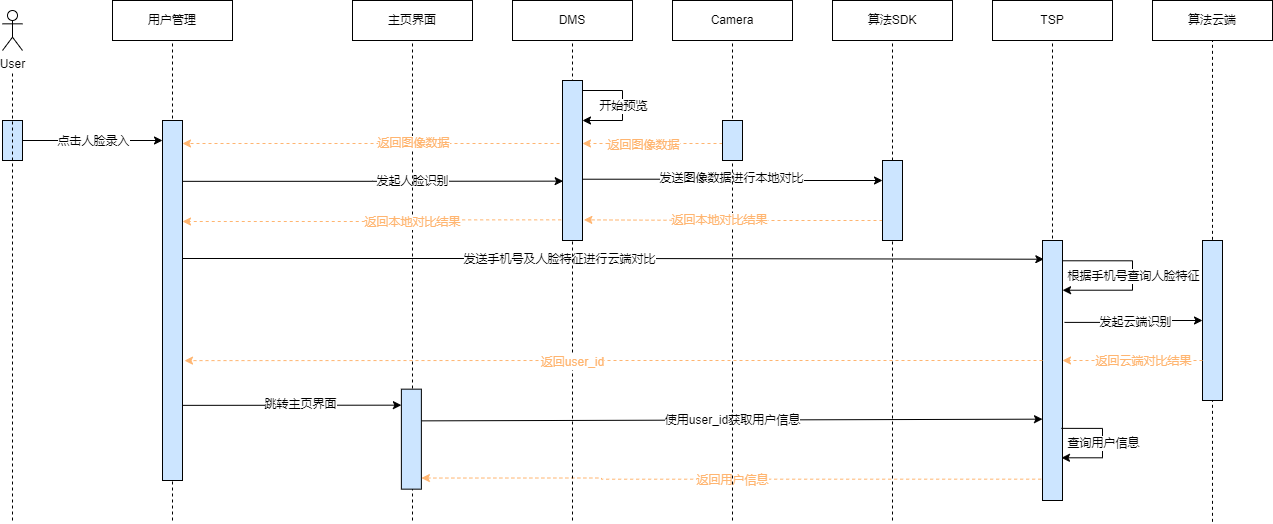
Earlier version of the draw.io export x9hp/人脸录入时序图.png (notigit/Image). Source tidied: cells renumbered, new cells last; positions are measured from the earlier drawing's top-left corner, leaving out a move shared by most shapes.
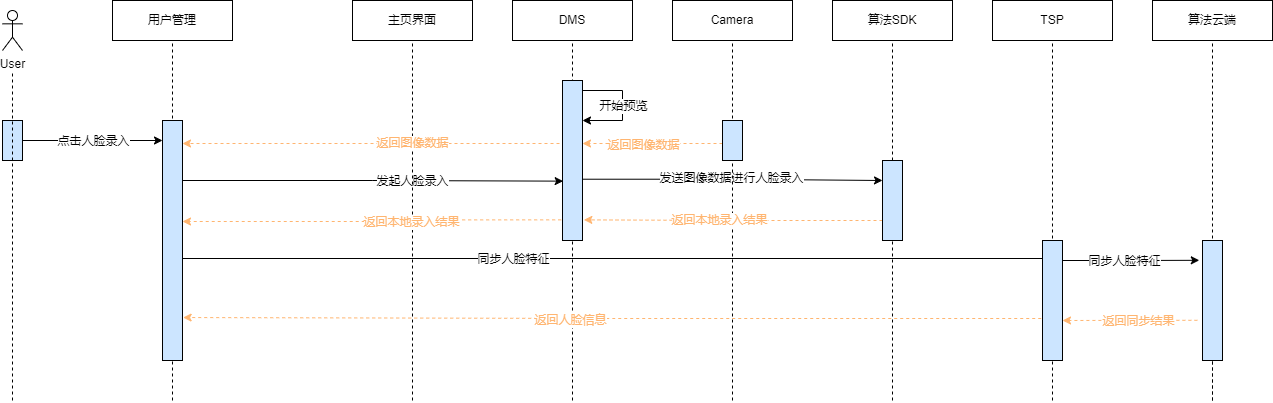
After the change.

Commit message:
更新人脸录入时序图.png

Diff of the diagram source:
```diff
@@ -16,49 +16,54 @@
     </mxCell>
     <mxCell id="6" style="endArrow=none;dashed=1;html=1;rounded=0;" parent="1" edge="1">
       <mxGeometry relative="1" as="geometry">
-        <mxPoint x="10" y="520" as="sourcePoint" />
+        <mxPoint x="10" y="400" as="sourcePoint" />
         <mxPoint x="10" y="70" as="targetPoint" />
       </mxGeometry>
     </mxCell>
     <mxCell id="7" style="endArrow=none;dashed=1;html=1;rounded=0;startArrow=none;entryX=0.5;entryY=1;entryDx=0;entryDy=0;" parent="1" edge="1" target="2">
       <mxGeometry relative="1" as="geometry">
-        <mxPoint x="170" y="520" as="sourcePoint" />
+        <mxPoint x="170" y="400" as="sourcePoint" />
       </mxGeometry>
     </mxCell>
-    <mxCell id="8" style="edgeStyle=orthogonalEdgeStyle;rounded=0;jettySize=auto;html=1;entryX=0.033;entryY=0.629;entryDx=0;entryDy=0;entryPerimeter=0;fontColor=#FFB570;strokeColor=#000000;exitX=1.033;exitY=0.169;exitDx=0;exitDy=0;exitPerimeter=0;" parent="1" edge="1" source="12" target="37">
+    <mxCell id="8" style="edgeStyle=orthogonalEdgeStyle;rounded=0;jettySize=auto;html=1;entryX=0.033;entryY=0.629;entryDx=0;entryDy=0;entryPerimeter=0;fontColor=#FFB570;strokeColor=#000000;exitX=1;exitY=0.25;exitDx=0;exitDy=0;" parent="1" edge="1" source="12" target="37">
       <mxGeometry relative="1" as="geometry" />
     </mxCell>
-    <mxCell id="9" value="发起人脸识别" style="edgeLabel;html=1;align=center;verticalAlign=middle;fontColor=#000000;" parent="8" vertex="1">
+    <mxCell id="9" value="发起人脸录入" style="edgeLabel;html=1;align=center;verticalAlign=middle;fontColor=#000000;" parent="8" vertex="1">
       <mxGeometry x="-0.09" relative="1" as="geometry">
         <mxPoint x="56" as="offset" />
       </mxGeometry>
     </mxCell>
-    <mxCell id="10" style="edgeStyle=orthogonalEdgeStyle;rounded=0;jettySize=auto;html=1;entryX=0.067;entryY=0.072;entryDx=0;entryDy=0;fontColor=#000000;strokeColor=#000000;entryPerimeter=0;" parent="1" edge="1" target="16">
+    <mxCell id="10" style="edgeStyle=orthogonalEdgeStyle;rounded=0;orthogonalLoop=1;jettySize=auto;html=1;fontColor=#000000;strokeColor=#000000;" parent="1" edge="1">
       <mxGeometry relative="1" as="geometry">
         <mxPoint x="180" y="258" as="sourcePoint" />
+        <mxPoint x="1050" y="258" as="targetPoint" />
       </mxGeometry>
     </mxCell>
-    <mxCell id="11" value="发送手机号及人脸特征进行云端对比" style="edgeLabel;html=1;align=center;verticalAlign=middle;fontColor=#000000;" parent="10" vertex="1">
-      <mxGeometry x="-0.13" relative="1" as="geometry" />
+    <mxCell id="11" value="同步人脸特征" style="edgeLabel;html=1;align=center;verticalAlign=middle;fontColor=#000000;" parent="10" vertex="1">
+      <mxGeometry x="-0.13" relative="1" as="geometry">
+        <mxPoint x="-50" as="offset" />
+      </mxGeometry>
     </mxCell>
     <mxCell id="12" style="rounded=0;whiteSpace=wrap;html=1;fillColor=#CCE5FF;" parent="1" vertex="1">
-      <mxGeometry x="160" y="120" width="20" height="360" as="geometry" />
+      <mxGeometry x="160" y="120" width="20" height="240" as="geometry" />
     </mxCell>
     <mxCell id="13" style="endArrow=none;dashed=1;html=1;rounded=0;startArrow=none;entryX=0.5;entryY=1;entryDx=0;entryDy=0;" parent="1" edge="1" target="3">
       <mxGeometry relative="1" as="geometry">
         <mxPoint x="1050" y="400" as="sourcePoint" />
       </mxGeometry>
     </mxCell>
-    <mxCell id="14" style="edgeStyle=orthogonalEdgeStyle;rounded=0;jettySize=auto;html=1;exitX=1.1;exitY=0.315;exitDx=0;exitDy=0;entryX=0;entryY=0.5;entryDx=0;entryDy=0;fontColor=#000000;strokeColor=#000000;exitPerimeter=0;" parent="1" edge="1" source="16" target="55">
-      <mxGeometry relative="1" as="geometry" />
+    <mxCell id="14" style="edgeStyle=orthogonalEdgeStyle;rounded=0;jettySize=auto;html=1;entryX=-0.16;entryY=0.165;entryDx=0;entryDy=0;fontColor=#000000;strokeColor=#000000;entryPerimeter=0;" parent="1" edge="1" target="55">
+      <mxGeometry relative="1" as="geometry">
+        <mxPoint x="1050" y="260" as="sourcePoint" />
+      </mxGeometry>
     </mxCell>
-    <mxCell id="15" value="发起云端识别" style="edgeLabel;html=1;align=center;verticalAlign=middle;fontColor=#000000;" parent="14" vertex="1">
+    <mxCell id="15" value="同步人脸特征" style="edgeLabel;html=1;align=center;verticalAlign=middle;fontColor=#000000;" parent="14" vertex="1">
       <mxGeometry x="-0.29" y="3" relative="1" as="geometry">
         <mxPoint x="20" y="3" as="offset" />
       </mxGeometry>
     </mxCell>
     <mxCell id="16" style="rounded=0;whiteSpace=wrap;html=1;fillColor=#CCE5FF;" parent="1" vertex="1">
-      <mxGeometry x="1040" y="240" width="20" height="260" as="geometry" />
+      <mxGeometry x="1040" y="240" width="20" height="120" as="geometry" />
     </mxCell>
     <mxCell id="17" style="endArrow=classic;html=1;rounded=0;exitX=1;exitY=0.5;exitDx=0;exitDy=0;" parent="1" edge="1" source="5">
       <mxGeometry relative="1" as="geometry">
@@ -75,70 +80,20 @@
         <mxPoint x="10" as="offset" />
       </mxGeometry>
     </mxCell>
-    <mxCell id="20" style="endArrow=classic;html=1;rounded=0;fontSize=11;fontColor=#FFB570;strokeColor=#000000;fillColor=#FFF2CC;exitX=1;exitY=0.25;exitDx=0;exitDy=0;entryX=0;entryY=0.125;entryDx=0;entryDy=0;entryPerimeter=0;" parent="1" edge="1">
-      <mxGeometry relative="1" as="geometry">
-        <mxPoint x="418.9" y="420.4" as="sourcePoint" />
-        <mxPoint x="1040" y="418.7" as="targetPoint" />
-      </mxGeometry>
-    </mxCell>
-    <mxCell id="21" value="使用user_id获取用户信息" style="edgeLabel;html=1;align=center;verticalAlign=middle;fontSize=11;fontColor=#000000;fillColor=#FFB570;" parent="20" vertex="1">
-      <mxGeometry relative="1" as="geometry" />
-    </mxCell>
-    <mxCell id="22" style="endArrow=classic;html=1;rounded=0;fontSize=11;fontColor=#000000;strokeColor=#000000;fillColor=#FFF2CC;edgeStyle=orthogonalEdgeStyle;entryX=1.004;entryY=0.618;entryDx=0;entryDy=0;exitX=1;exitY=0.25;exitDx=0;exitDy=0;entryPerimeter=0;" parent="1" edge="1">
-      <mxGeometry relative="1" as="geometry">
-        <mxPoint x="1058.9" y="427.9" as="sourcePoint" />
-        <mxPoint x="1059" y="457.3" as="targetPoint" />
-        <Array as="points">
-          <mxPoint x="1100" y="427.7" />
-          <mxPoint x="1100" y="457.7" />
-        </Array>
-      </mxGeometry>
-    </mxCell>
-    <mxCell id="23" value="查询用户信息" style="edgeLabel;html=1;align=center;verticalAlign=middle;fontSize=11;fontColor=#000000;fillColor=#FFB570;" parent="22" vertex="1">
-      <mxGeometry relative="1" as="geometry" />
-    </mxCell>
-    <mxCell id="24" style="edgeStyle=orthogonalEdgeStyle;rounded=0;orthogonalLoop=1;jettySize=auto;html=1;exitX=-0.067;exitY=0.875;exitDx=0;exitDy=0;fontSize=11;dashed=1;fillColor=#FFF2CC;strokeColor=#FFB570;exitPerimeter=0;" parent="1" edge="1">
-      <mxGeometry relative="1" as="geometry">
-        <mxPoint x="1038.7" y="478.7" as="sourcePoint" />
-        <mxPoint x="418.9" y="477.5" as="targetPoint" />
-        <Array as="points">
-          <mxPoint x="599" y="477.7" />
-        </Array>
-      </mxGeometry>
-    </mxCell>
-    <mxCell id="25" value="返回用户信息" style="edgeLabel;html=1;align=center;verticalAlign=middle;fontSize=11;fillColor=#FFB570;fontColor=#FFB570;" parent="24" vertex="1">
-      <mxGeometry x="-0.16" y="1" relative="1" as="geometry">
-        <mxPoint x="-48" as="offset" />
-      </mxGeometry>
-    </mxCell>
     <mxCell id="26" value="主页界面" style="rounded=0;whiteSpace=wrap;html=1;" parent="1" vertex="1">
       <mxGeometry x="350" width="120" height="40" as="geometry" />
     </mxCell>
     <mxCell id="27" style="endArrow=none;dashed=1;html=1;rounded=0;startArrow=none;entryX=0.5;entryY=1;entryDx=0;entryDy=0;" parent="1" edge="1" target="26">
       <mxGeometry relative="1" as="geometry">
-        <mxPoint x="410" y="520" as="sourcePoint" />
+        <mxPoint x="410" y="400" as="sourcePoint" />
       </mxGeometry>
     </mxCell>
-    <mxCell id="28" style="rounded=0;whiteSpace=wrap;html=1;fillColor=#CCE5FF;" parent="1" vertex="1">
-      <mxGeometry x="398.9" y="388.7" width="20" height="100" as="geometry" />
-    </mxCell>
-    <mxCell id="29" style="endArrow=classic;html=1;rounded=0;fontSize=11;fontColor=#000000;strokeColor=#000000;fillColor=#FFF2CC;exitX=1.056;exitY=0.554;exitDx=0;exitDy=0;exitPerimeter=0;" parent="1" edge="1">
-      <mxGeometry relative="1" as="geometry">
-        <mxPoint x="180" y="404.9" as="sourcePoint" />
-        <mxPoint x="398.9" y="404.7" as="targetPoint" />
-      </mxGeometry>
-    </mxCell>
-    <mxCell id="30" value="跳转主页界面" style="edgeLabel;html=1;align=center;verticalAlign=middle;fontSize=11;fontColor=#000000;fillColor=#FFB570;" parent="29" vertex="1">
-      <mxGeometry relative="1" as="geometry">
-        <mxPoint x="9" y="-1" as="offset" />
-      </mxGeometry>
-    </mxCell>
     <mxCell id="31" value="DMS" style="rounded=0;whiteSpace=wrap;html=1;" parent="1" vertex="1">
       <mxGeometry x="510" width="120" height="40" as="geometry" />
     </mxCell>
     <mxCell id="32" style="endArrow=none;dashed=1;html=1;rounded=0;startArrow=none;entryX=0.5;entryY=1;entryDx=0;entryDy=0;" parent="1" edge="1" target="31">
       <mxGeometry relative="1" as="geometry">
-        <mxPoint x="570" y="520" as="sourcePoint" />
+        <mxPoint x="570" y="400" as="sourcePoint" />
       </mxGeometry>
     </mxCell>
     <mxCell id="33" style="edgeStyle=orthogonalEdgeStyle;rounded=0;jettySize=auto;html=1;exitX=0;exitY=0.75;exitDx=0;exitDy=0;dashed=1;fontColor=#FFB570;strokeColor=#FFB570;" parent="1" edge="1" source="37">
@@ -157,7 +112,7 @@
     <mxCell id="35" style="edgeStyle=orthogonalEdgeStyle;rounded=0;jettySize=auto;html=1;exitX=0.967;exitY=0.617;exitDx=0;exitDy=0;fontColor=#FFB570;strokeColor=#000000;entryX=0;entryY=0.25;entryDx=0;entryDy=0;exitPerimeter=0;" parent="1" edge="1" source="37" target="51">
       <mxGeometry relative="1" as="geometry" />
     </mxCell>
-    <mxCell id="36" value="发送图像数据进行本地对比" style="edgeLabel;html=1;align=center;verticalAlign=middle;fontColor=#000000;" parent="35" vertex="1">
+    <mxCell id="36" value="发送图像数据进行人脸录入" style="edgeLabel;html=1;align=center;verticalAlign=middle;fontColor=#000000;" parent="35" vertex="1">
       <mxGeometry x="-0.14" y="1" relative="1" as="geometry">
         <mxPoint x="19" as="offset" />
       </mxGeometry>
@@ -170,7 +125,7 @@
     </mxCell>
     <mxCell id="39" style="endArrow=none;dashed=1;html=1;rounded=0;startArrow=none;entryX=0.5;entryY=1;entryDx=0;entryDy=0;" parent="1" edge="1" target="38">
       <mxGeometry relative="1" as="geometry">
-        <mxPoint x="730" y="520" as="sourcePoint" />
+        <mxPoint x="730" y="400" as="sourcePoint" />
       </mxGeometry>
     </mxCell>
     <mxCell id="40" style="edgeStyle=orthogonalEdgeStyle;rounded=0;orthogonalLoop=1;jettySize=auto;html=1;dashed=1;strokeColor=#FFB570;" parent="1" edge="1">
@@ -213,13 +168,13 @@
     </mxCell>
     <mxCell id="48" style="endArrow=none;dashed=1;html=1;rounded=0;startArrow=none;entryX=0.5;entryY=1;entryDx=0;entryDy=0;" parent="1" edge="1" target="47">
       <mxGeometry relative="1" as="geometry">
-        <mxPoint x="1210" y="521.3" as="sourcePoint" />
+        <mxPoint x="1210" y="400" as="sourcePoint" />
       </mxGeometry>
     </mxCell>
     <mxCell id="49" style="edgeStyle=orthogonalEdgeStyle;rounded=0;jettySize=auto;html=1;exitX=0;exitY=0.75;exitDx=0;exitDy=0;entryX=1.067;entryY=0.871;entryDx=0;entryDy=0;entryPerimeter=0;fontColor=#000000;strokeColor=#FFB570;dashed=1;" parent="1" edge="1" source="51" target="37">
       <mxGeometry relative="1" as="geometry" />
     </mxCell>
-    <mxCell id="50" value="返回本地对比结果" style="edgeLabel;html=1;align=center;verticalAlign=middle;fontColor=#FFB570;" parent="49" vertex="1">
+    <mxCell id="50" value="返回本地录入结果" style="edgeLabel;html=1;align=center;verticalAlign=middle;fontColor=#FFB570;" parent="49" vertex="1">
       <mxGeometry x="0.1" relative="1" as="geometry" />
     </mxCell>
     <mxCell id="51" style="rounded=0;whiteSpace=wrap;html=1;fillColor=#CCE5FF;" parent="1" vertex="1">
@@ -227,7 +182,7 @@
     </mxCell>
     <mxCell id="52" style="endArrow=none;dashed=1;html=1;rounded=0;startArrow=none;entryX=0.5;entryY=1;entryDx=0;entryDy=0;" parent="1" edge="1" target="51">
       <mxGeometry relative="1" as="geometry">
-        <mxPoint x="890" y="520" as="sourcePoint" />
+        <mxPoint x="890" y="400" as="sourcePoint" />
       </mxGeometry>
     </mxCell>
     <mxCell id="53" style="edgeStyle=orthogonalEdgeStyle;rounded=0;jettySize=auto;html=1;exitX=-0.067;exitY=0.871;exitDx=0;exitDy=0;fontColor=#000000;strokeColor=#FFB570;dashed=1;exitPerimeter=0;" parent="1" edge="1" source="37">
@@ -235,48 +190,33 @@
         <mxPoint x="180" y="221" as="targetPoint" />
       </mxGeometry>
     </mxCell>
-    <mxCell id="54" value="返回本地对比结果" style="edgeLabel;html=1;align=center;verticalAlign=middle;fontColor=#FFB570;" parent="53" vertex="1">
+    <mxCell id="54" value="返回本地录入结果" style="edgeLabel;html=1;align=center;verticalAlign=middle;fontColor=#FFB570;" parent="53" vertex="1">
       <mxGeometry x="0.1" relative="1" as="geometry">
         <mxPoint x="57" as="offset" />
       </mxGeometry>
     </mxCell>
     <mxCell id="55" style="rounded=0;whiteSpace=wrap;html=1;fillColor=#CCE5FF;" parent="1" vertex="1">
-      <mxGeometry x="1200" y="240" width="20" height="160" as="geometry" />
+      <mxGeometry x="1200" y="240" width="20" height="120" as="geometry" />
     </mxCell>
     <mxCell id="56" style="endArrow=none;dashed=1;html=1;rounded=0;startArrow=none;entryX=0.5;entryY=1;entryDx=0;entryDy=0;" parent="1" edge="1" target="55">
       <mxGeometry relative="1" as="geometry">
         <mxPoint x="1210" y="400" as="sourcePoint" />
       </mxGeometry>
     </mxCell>
-    <mxCell id="57" style="endArrow=classic;html=1;rounded=0;fontSize=11;fontColor=#000000;strokeColor=#000000;fillColor=#FFF2CC;edgeStyle=orthogonalEdgeStyle;entryX=1.004;entryY=0.618;entryDx=0;entryDy=0;exitX=1;exitY=0.25;exitDx=0;exitDy=0;entryPerimeter=0;" parent="1" edge="1">
-      <mxGeometry relative="1" as="geometry">
-        <mxPoint x="1060" y="260.3" as="sourcePoint" />
-        <mxPoint x="1060.1" y="289.7" as="targetPoint" />
-        <Array as="points">
-          <mxPoint x="1130" y="260" />
-          <mxPoint x="1130" y="290" />
-        </Array>
-      </mxGeometry>
-    </mxCell>
-    <mxCell id="58" value="根据手机号查询人脸特征" style="edgeLabel;html=1;align=center;verticalAlign=middle;fontSize=11;fontColor=#000000;fillColor=#FFB570;" parent="57" vertex="1">
-      <mxGeometry relative="1" as="geometry" />
-    </mxCell>
-    <mxCell id="59" style="edgeStyle=orthogonalEdgeStyle;rounded=0;jettySize=auto;html=1;exitX=0;exitY=0.75;exitDx=0;exitDy=0;fontColor=#000000;strokeColor=#FFB570;dashed=1;" parent="1" edge="1" source="55">
+    <mxCell id="59" style="edgeStyle=orthogonalEdgeStyle;rounded=0;jettySize=auto;html=1;exitX=-0.255;exitY=0.665;exitDx=0;exitDy=0;fontColor=#000000;strokeColor=#FFB570;dashed=1;exitPerimeter=0;" parent="1" edge="1" source="55">
       <mxGeometry relative="1" as="geometry">
-        <mxPoint x="1060" y="360" as="targetPoint" />
+        <mxPoint x="1060" y="320" as="targetPoint" />
       </mxGeometry>
     </mxCell>
-    <mxCell id="60" value="返回云端对比结果" style="edgeLabel;html=1;align=center;verticalAlign=middle;fontColor=#FFB570;" parent="59" vertex="1">
+    <mxCell id="60" value="返回同步结果" style="edgeLabel;html=1;align=center;verticalAlign=middle;fontColor=#FFB570;" parent="59" vertex="1">
       <mxGeometry x="0.1" relative="1" as="geometry">
         <mxPoint x="17" as="offset" />
       </mxGeometry>
     </mxCell>
-    <mxCell id="61" style="edgeStyle=orthogonalEdgeStyle;rounded=0;jettySize=auto;html=1;fontSize=11;dashed=1;fillColor=#FFF2CC;strokeColor=#FFB570;entryX=1.1;entryY=0.667;entryDx=0;entryDy=0;entryPerimeter=0;" parent="1" edge="1" target="12">
-      <mxGeometry relative="1" as="geometry">
-        <mxPoint x="1040" y="360" as="sourcePoint" />
-      </mxGeometry>
+    <mxCell id="61" style="edgeStyle=orthogonalEdgeStyle;rounded=0;jettySize=auto;html=1;fontSize=11;dashed=1;fillColor=#FFF2CC;strokeColor=#FFB570;entryX=1.031;entryY=0.821;entryDx=0;entryDy=0;entryPerimeter=0;exitX=-0.064;exitY=0.65;exitDx=0;exitDy=0;exitPerimeter=0;" parent="1" edge="1" source="16" target="12">
+      <mxGeometry relative="1" as="geometry" />
     </mxCell>
-    <mxCell id="62" value="返回user_id" style="edgeLabel;html=1;align=center;verticalAlign=middle;fontSize=11;fillColor=#FFB570;fontColor=#FFB570;" parent="61" vertex="1">
+    <mxCell id="62" value="返回人脸信息" style="edgeLabel;html=1;align=center;verticalAlign=middle;fontSize=11;fillColor=#FFB570;fontColor=#FFB570;" parent="61" vertex="1">
       <mxGeometry x="-0.16" y="1" relative="1" as="geometry">
         <mxPoint x="-110" as="offset" />
       </mxGeometry>
```
